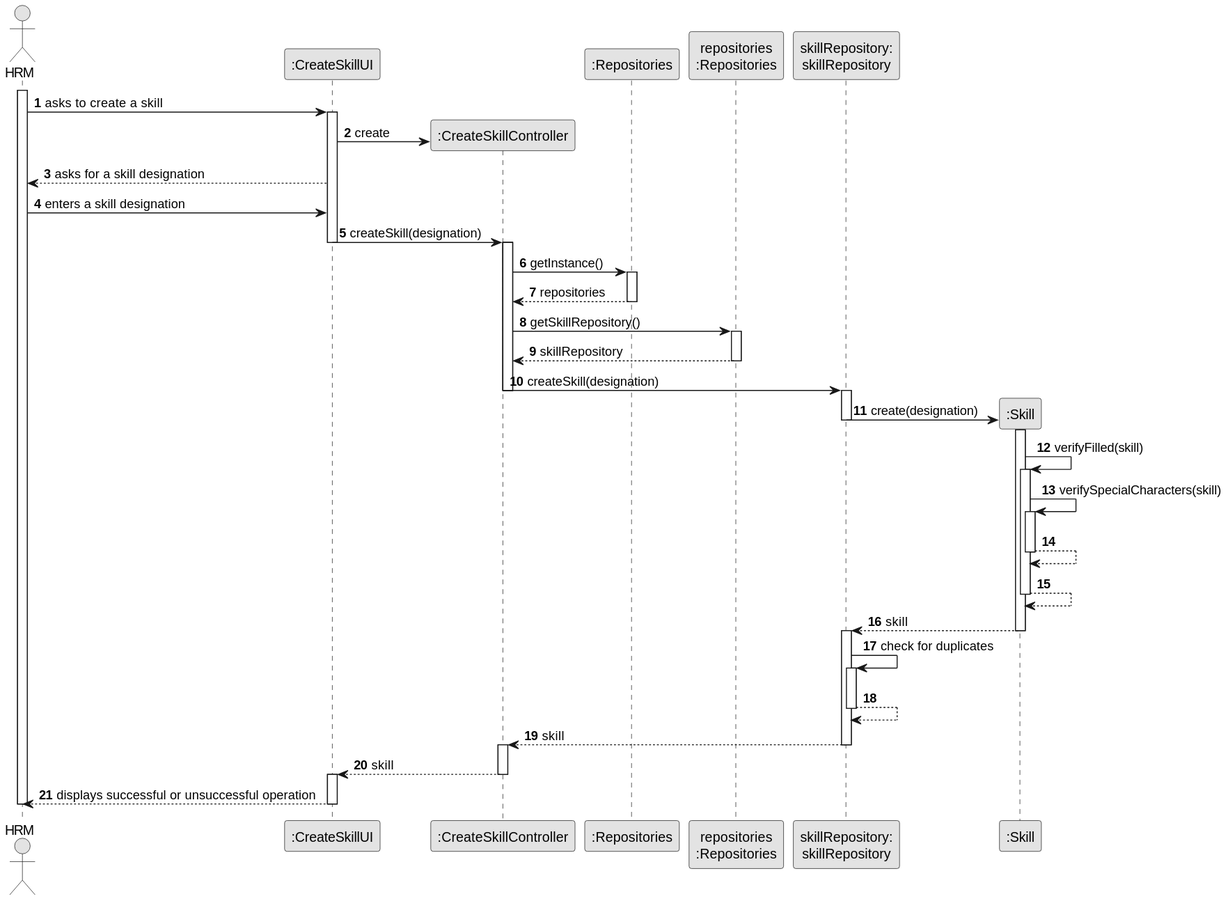
The PlantUML diagram docs/sprintB/us001/03.design/svg/us001-sequence-diagram-full.svg in ricardomm7/leaflink, before a commit.
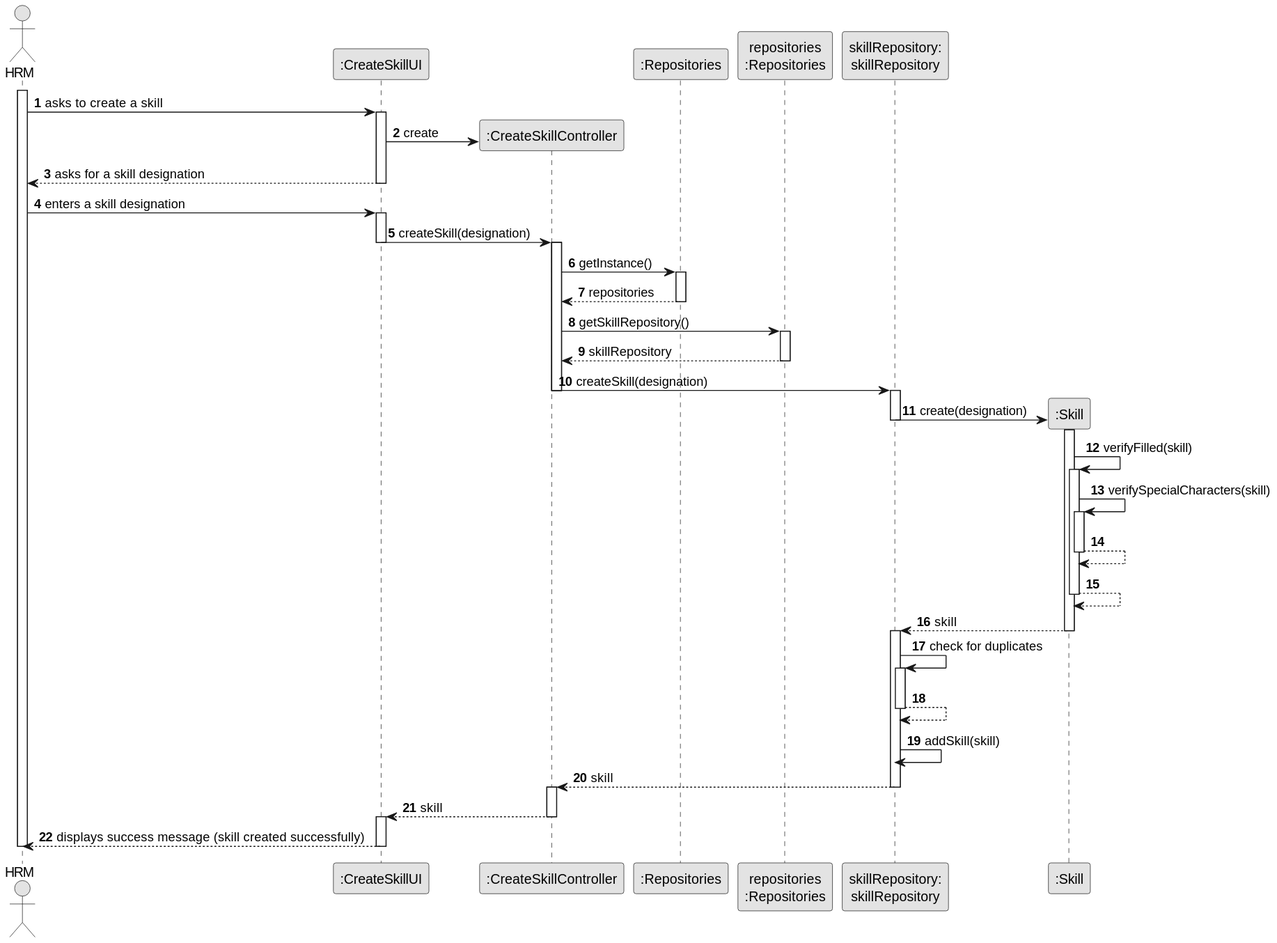
After the commit.

Diff of the diagram source:
```diff
@@ -21,8 +21,10 @@
 UI -> CTRL** : create
 
 UI --> HRM : asks for a skill designation
+deactivate UI
 
 HRM -> UI : enters a skill designation
+activate UI
 
 UI->CTRL : createSkill(designation)
 deactivate UI
@@ -66,6 +68,7 @@
     activate skillRepository
     skillRepository -->skillRepository
     deactivate skillRepository
+    skillRepository -> skillRepository: addSkill(skill)
     deactivate Skill
 
     CTRL <-- skillRepository : skill
@@ -79,7 +82,7 @@
     activate UI
 
 
-    UI --> HRM : displays successful or unsuccessful operation
+    UI --> HRM : displays success message (skill created successfully)
     deactivate UI
 deactivate HRM
 @enduml
```
